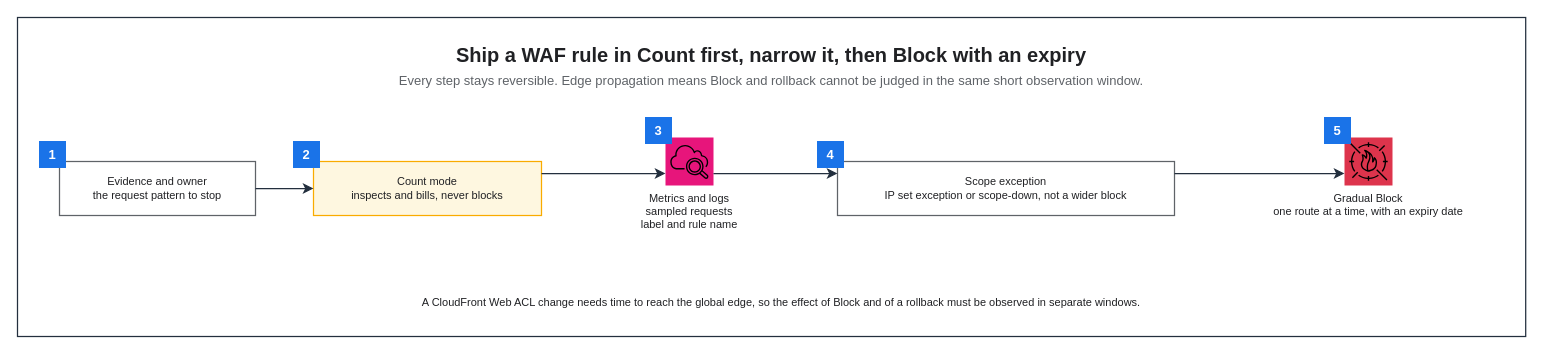
Earlier version of the draw.io diagram assets/img/aws/waf-rule-rollout-flow.drawio (KKamJi98/kkamji98.github.io). Source tidied: cells renumbered, new cells numbered last; positions are measured from the earlier drawing's top-left corner, leaving out a move shared by most shapes. Both pictures are drawn from the tidied source at 100%, with x=0, y=0 at pixel (17, 17).
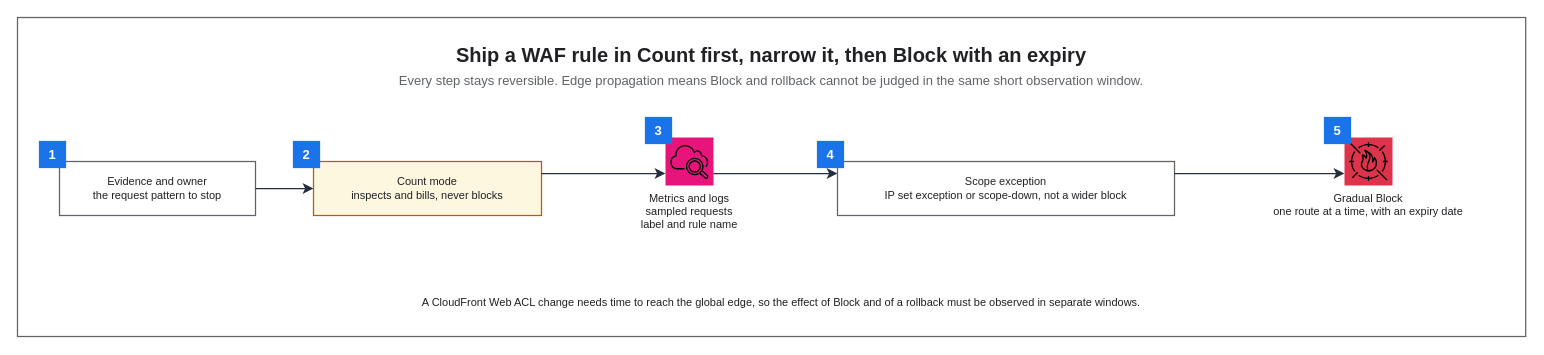
Above is the later version.

Diff of the diagram source:
```diff
@@
 <mxGraphModel background="#FFFFFF">
   <root>
     <mxCell id="0" />
     <mxCell id="1" parent="0" />
-    <mxCell id="2" style="rounded=0;html=0;fillColor=none;strokeColor=#232F3E;fontColor=#202124;strokeWidth=1.25;" parent="1" vertex="1">
+    <mxCell id="2" style="rounded=0;html=0;fillColor=none;strokeColor=#5F6368;fontColor=#202124;strokeWidth=1.25;" parent="1" vertex="1">
       <mxGeometry width="1508.2" height="319" as="geometry" />
     </mxCell>
     <mxCell id="3" value="Ship a WAF rule in Count first, narrow it, then Block with an expiry" style="text;html=0;whiteSpace=wrap;fillColor=none;strokeColor=none;fontColor=#202124;fontSize=20;fontStyle=1;align=center;verticalAlign=middle;" parent="1" vertex="1">
       <mxGeometry x="22" y="22" width="1464.2" height="30" as="geometry" />
     </mxCell>
     <mxCell id="4" value="Every step stays reversible. Edge propagation means Block and rollback cannot be judged in the same short observation window." style="text;html=0;whiteSpace=wrap;fillColor=none;strokeColor=none;fontColor=#5F6368;fontSize=13;fontStyle=0;align=center;verticalAlign=middle;" parent="1" vertex="1">
       <mxGeometry x="22" y="52" width="1464.2" height="22" as="geometry" />
     </mxCell>
     <mxCell id="5" value="Evidence and owner&#10;the request pattern to stop" style="rounded=0;whiteSpace=wrap;html=0;fillColor=#FFFFFF;strokeColor=#5F6368;fontColor=#202124;fontSize=11;fontStyle=0;align=center;verticalAlign=middle;spacingLeft=6;spacingRight=6;strokeWidth=1.25;" parent="1" vertex="1">
       <mxGeometry x="42" y="144" width="196" height="54" as="geometry" />
     </mxCell>
-    <mxCell id="6" value="Count mode&#10;inspects and bills, never blocks" style="rounded=0;whiteSpace=wrap;html=0;fillColor=#FEF7E0;strokeColor=#F9AB00;fontColor=#202124;fontSize=11;fontStyle=0;align=center;verticalAlign=middle;spacingLeft=6;spacingRight=6;strokeWidth=1.25;" parent="1" vertex="1">
+    <mxCell id="6" value="Count mode&#10;inspects and bills, never blocks" style="rounded=0;whiteSpace=wrap;html=0;fillColor=#FEF7E0;strokeColor=#B06000;fontColor=#202124;fontSize=11;fontStyle=0;align=center;verticalAlign=middle;spacingLeft=6;spacingRight=6;strokeWidth=1.25;" parent="1" vertex="1">
       <mxGeometry x="296" y="144" width="228" height="54" as="geometry" />
     </mxCell>
     <mxCell id="7" value="Metrics and logs&#10;sampled requests&#10;label and rule name" style="sketch=0;outlineConnect=0;gradientColor=none;html=0;whiteSpace=nowrap;fontSize=11;fontStyle=0;fontColor=#202124;verticalLabelPosition=bottom;verticalAlign=top;align=center;labelBackgroundColor=none;fillColor=#E7157B;strokeColor=none;dashed=0;shape=mxgraph.aws4.resourceIcon;resIcon=mxgraph.aws4.cloudwatch_2;" parent="1" vertex="1">
       <mxGeometry x="648" y="120" width="48" height="48" as="geometry" />
     </mxCell>
     <mxCell id="8" value="Scope exception&#10;IP set exception or scope-down, not a wider block" style="rounded=0;whiteSpace=wrap;html=0;fillColor=#FFFFFF;strokeColor=#5F6368;fontColor=#202124;fontSize=11;fontStyle=0;align=center;verticalAlign=middle;spacingLeft=6;spacingRight=6;strokeWidth=1.25;" parent="1" vertex="1">
       <mxGeometry x="820" y="144" width="337" height="54" as="geometry" />
     </mxCell>
     <mxCell id="9" value="Gradual Block&#10;one route at a time, with an expiry date" style="sketch=0;outlineConnect=0;gradientColor=none;html=0;whiteSpace=nowrap;fontSize=11;fontStyle=0;fontColor=#202124;verticalLabelPosition=bottom;verticalAlign=top;align=center;labelBackgroundColor=none;fillColor=#DD344C;strokeColor=none;dashed=0;shape=mxgraph.aws4.resourceIcon;resIcon=mxgraph.aws4.waf;" parent="1" vertex="1">
       <mxGeometry x="1327" y="120" width="48" height="48" as="geometry" />
     </mxCell>
     <mxCell id="10" value="A CloudFront Web ACL change needs time to reach the global edge, so the effect of Block and of a rollback must be observed in separate windows." style="text;html=0;whiteSpace=wrap;fillColor=none;strokeColor=none;fontColor=#202124;fontSize=11;fontStyle=0;align=center;verticalAlign=middle;" parent="1" vertex="1">
       <mxGeometry x="42" y="273" width="1444" height="24" as="geometry" />
     </mxCell>
-    <mxCell id="11" value="1" style="rounded=0;whiteSpace=wrap;html=0;fillColor=#1A73E8;strokeColor=#1A73E8;fontColor=#FFFFFF;fontSize=13;fontStyle=1;align=center;verticalAlign=middle;" parent="1" vertex="1">
+    <mxCell id="11" value="1" style="rounded=0;whiteSpace=wrap;html=0;fillColor=#1A73E8;strokeColor=#1A73E8;fontColor=#FFFFFF;fontSize=13;fontStyle=1;align=center;verticalAlign=middle;strokeWidth=1.25;" parent="1" vertex="1">
       <mxGeometry x="22" y="124" width="26" height="26" as="geometry" />
     </mxCell>
-    <mxCell id="12" value="2" style="rounded=0;whiteSpace=wrap;html=0;fillColor=#1A73E8;strokeColor=#1A73E8;fontColor=#FFFFFF;fontSize=13;fontStyle=1;align=center;verticalAlign=middle;" parent="1" vertex="1">
+    <mxCell id="12" value="2" style="rounded=0;whiteSpace=wrap;html=0;fillColor=#1A73E8;strokeColor=#1A73E8;fontColor=#FFFFFF;fontSize=13;fontStyle=1;align=center;verticalAlign=middle;strokeWidth=1.25;" parent="1" vertex="1">
       <mxGeometry x="276" y="124" width="26" height="26" as="geometry" />
     </mxCell>
-    <mxCell id="13" value="3" style="rounded=0;whiteSpace=wrap;html=0;fillColor=#1A73E8;strokeColor=#1A73E8;fontColor=#FFFFFF;fontSize=13;fontStyle=1;align=center;verticalAlign=middle;" parent="1" vertex="1">
+    <mxCell id="13" value="3" style="rounded=0;whiteSpace=wrap;html=0;fillColor=#1A73E8;strokeColor=#1A73E8;fontColor=#FFFFFF;fontSize=13;fontStyle=1;align=center;verticalAlign=middle;strokeWidth=1.25;" parent="1" vertex="1">
       <mxGeometry x="628" y="100" width="26" height="26" as="geometry" />
     </mxCell>
-    <mxCell id="14" value="4" style="rounded=0;whiteSpace=wrap;html=0;fillColor=#1A73E8;strokeColor=#1A73E8;fontColor=#FFFFFF;fontSize=13;fontStyle=1;align=center;verticalAlign=middle;" parent="1" vertex="1">
+    <mxCell id="14" value="4" style="rounded=0;whiteSpace=wrap;html=0;fillColor=#1A73E8;strokeColor=#1A73E8;fontColor=#FFFFFF;fontSize=13;fontStyle=1;align=center;verticalAlign=middle;strokeWidth=1.25;" parent="1" vertex="1">
       <mxGeometry x="800" y="124" width="26" height="26" as="geometry" />
     </mxCell>
-    <mxCell id="15" value="5" style="rounded=0;whiteSpace=wrap;html=0;fillColor=#1A73E8;strokeColor=#1A73E8;fontColor=#FFFFFF;fontSize=13;fontStyle=1;align=center;verticalAlign=middle;" parent="1" vertex="1">
+    <mxCell id="15" value="5" style="rounded=0;whiteSpace=wrap;html=0;fillColor=#1A73E8;strokeColor=#1A73E8;fontColor=#FFFFFF;fontSize=13;fontStyle=1;align=center;verticalAlign=middle;strokeWidth=1.25;" parent="1" vertex="1">
       <mxGeometry x="1307" y="100" width="26" height="26" as="geometry" />
     </mxCell>
     <mxCell id="16" style="edgeStyle=orthogonalEdgeStyle;rounded=0;html=0;strokeColor=#232F3E;strokeWidth=1.25;endArrow=classic;endFill=1;endSize=7;fontSize=11;fontColor=#202124;labelBackgroundColor=none;jettySize=14;exitX=1;exitY=0.5;entryX=0;entryY=0.5;exitDx=0;exitDy=0;entryDx=0;entryDy=0;" parent="1" edge="1" source="5" target="6">
       <mxGeometry relative="1" as="geometry" />
     </mxCell>
     <mxCell id="17" style="edgeStyle=orthogonalEdgeStyle;rounded=0;html=0;strokeColor=#232F3E;strokeWidth=1.25;endArrow=classic;endFill=1;endSize=7;fontSize=11;fontColor=#202124;labelBackgroundColor=none;jettySize=14;exitX=1;exitY=0.2222;entryX=0;entryY=0.75;exitDx=0;exitDy=0;entryDx=0;entryDy=0;" parent="1" edge="1" source="6" target="7">
       <mxGeometry relative="1" as="geometry" />
     </mxCell>
     <mxCell id="18" style="edgeStyle=orthogonalEdgeStyle;rounded=0;html=0;strokeColor=#232F3E;strokeWidth=1.25;endArrow=classic;endFill=1;endSize=7;fontSize=11;fontColor=#202124;labelBackgroundColor=none;jettySize=14;exitX=1;exitY=0.75;entryX=0;entryY=0.2222;exitDx=0;exitDy=0;entryDx=0;entryDy=0;" parent="1" edge="1" source="7" target="8">
       <mxGeometry relative="1" as="geometry" />
     </mxCell>
     <mxCell id="19" style="edgeStyle=orthogonalEdgeStyle;rounded=0;html=0;strokeColor=#232F3E;strokeWidth=1.25;endArrow=classic;endFill=1;endSize=7;fontSize=11;fontColor=#202124;labelBackgroundColor=none;jettySize=14;exitX=1;exitY=0.2222;entryX=0;entryY=0.75;exitDx=0;exitDy=0;entryDx=0;entryDy=0;" parent="1" edge="1" source="8" target="9">
       <mxGeometry relative="1" as="geometry" />
     </mxCell>
   </root>
 </mxGraphModel>
```
